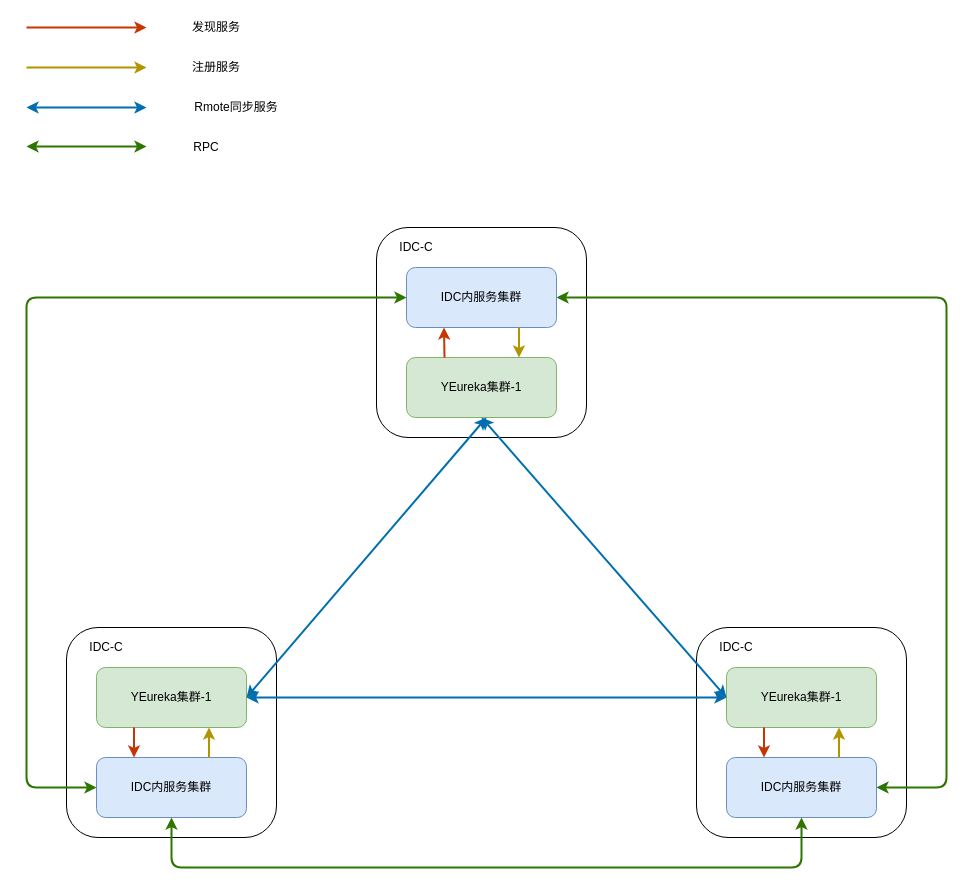
The draw.io diagram 发现服务去中心化拓扑图.drawio in Gred01/study, before the edit. Source tidied: cells renumbered, new cells numbered last; positions are measured from the earlier drawing's top-left corner, leaving out a move shared by most shapes. Both pictures are drawn from the tidied source at 100%, with x=0, y=0 at pixel (26, 17).
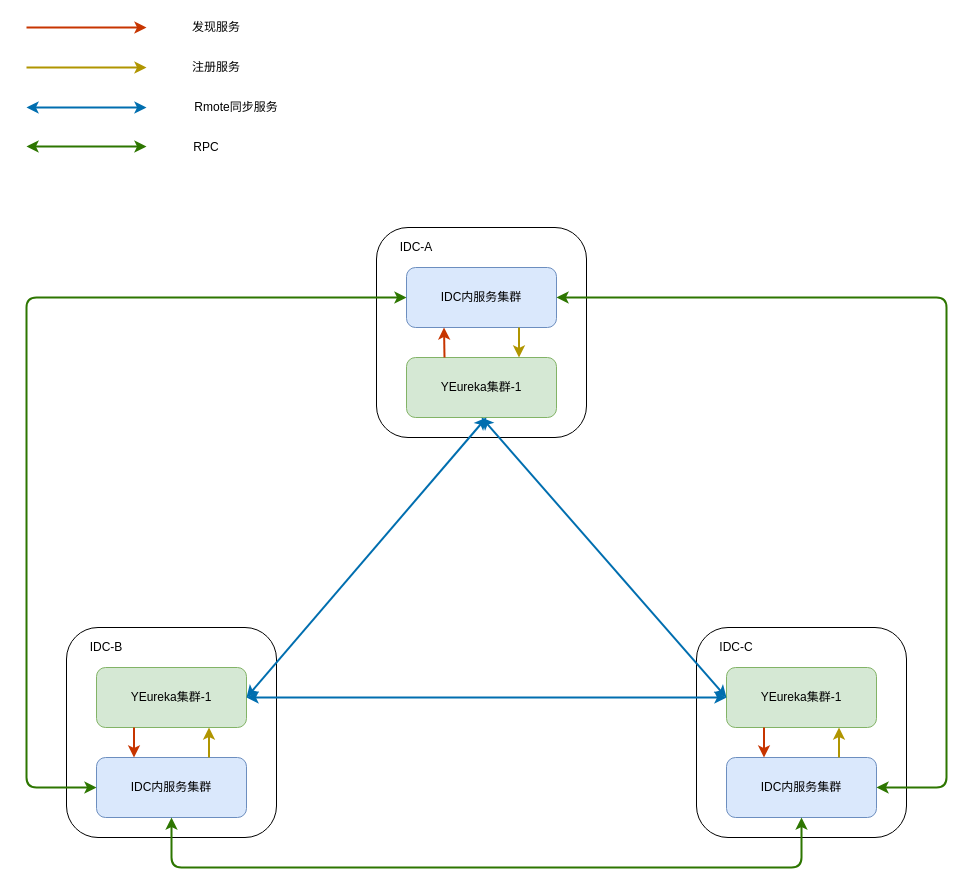
The same diagram, later.

Commit message (it also covers changes not shown here):
Update 发现服务去中心化拓扑图.drawio

The edit, as a diff of the source:
```diff
@@
-    <mxCell id="5" value="IDC-C" style="text;html=1;strokeColor=none;fillColor=none;align=center;verticalAlign=middle;whiteSpace=wrap;rounded=0;" parent="1" vertex="1">
+    <mxCell id="5" value="IDC-B" style="text;html=1;strokeColor=none;fillColor=none;align=center;verticalAlign=middle;whiteSpace=wrap;rounded=0;" parent="1" vertex="1">
       <mxGeometry x="60" y="620" width="40" height="20" as="geometry" />
     </mxCell>
@@
-    <mxCell id="13" value="IDC-C" style="text;html=1;strokeColor=none;fillColor=none;align=center;verticalAlign=middle;whiteSpace=wrap;rounded=0;" parent="1" vertex="1">
+    <mxCell id="13" value="IDC-A" style="text;html=1;strokeColor=none;fillColor=none;align=center;verticalAlign=middle;whiteSpace=wrap;rounded=0;" parent="1" vertex="1">
       <mxGeometry x="370" y="220" width="40" height="20" as="geometry" />
     </mxCell>
```
